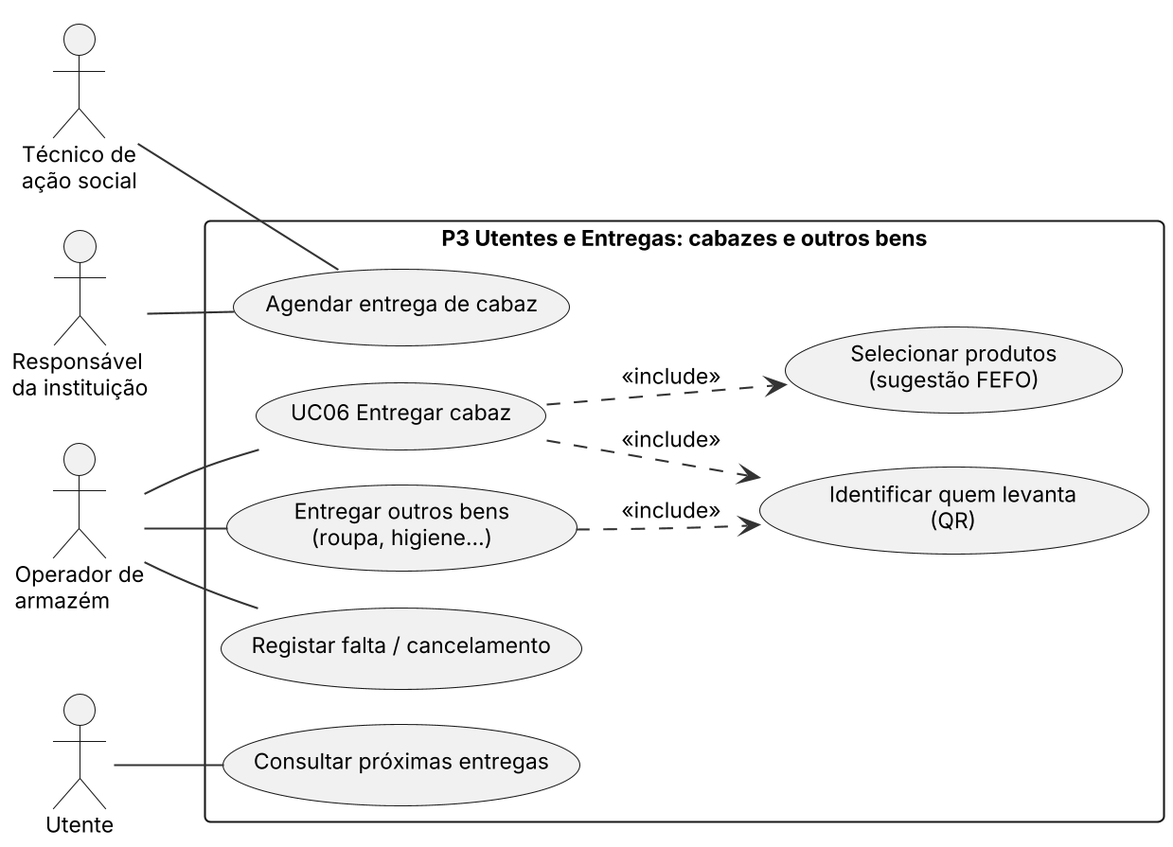
Before: Docs/diagramas/uc_entregas.png, a diagram exported from PlantUML (Miguel31028/GASC).
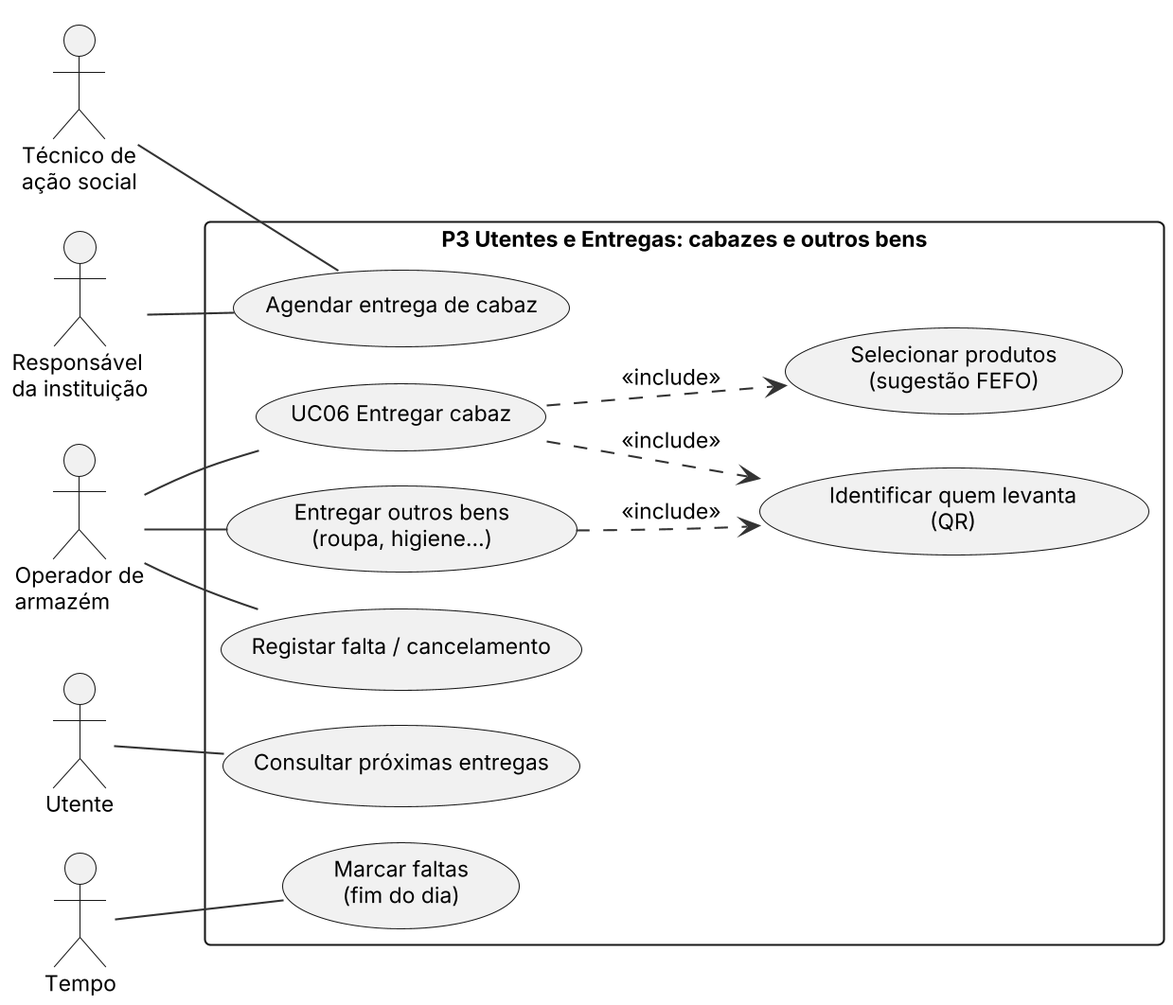
Above is the later version.

The edit, as a diff of the source:
```diff
@@ -5,6 +5,7 @@
 actor "Responsável\nda instituição" as RESP
 actor "Operador de\narmazém" as OP
 actor "Utente" as UT
+actor "Tempo" as TMP
 rectangle "P3 Utentes e Entregas: cabazes e outros bens" {
   usecase "Agendar entrega de cabaz" as E1
   usecase "UC06 Entregar cabaz" as E2
@@ -13,6 +14,7 @@
   usecase "Entregar outros bens\n(roupa, higiene...)" as E5
   usecase "Registar falta / cancelamento" as E6
   usecase "Consultar próximas entregas" as E7
+  usecase "Marcar faltas\n(fim do dia)" as E8
 }
 TEC -- E1
 RESP -- E1
@@ -20,6 +22,7 @@
 OP -- E5
 OP -- E6
 UT -- E7
+TMP -- E8
 E2 ..> E3 : <<include>>
 E2 ..> E4 : <<include>>
 E5 ..> E3 : <<include>>
```
